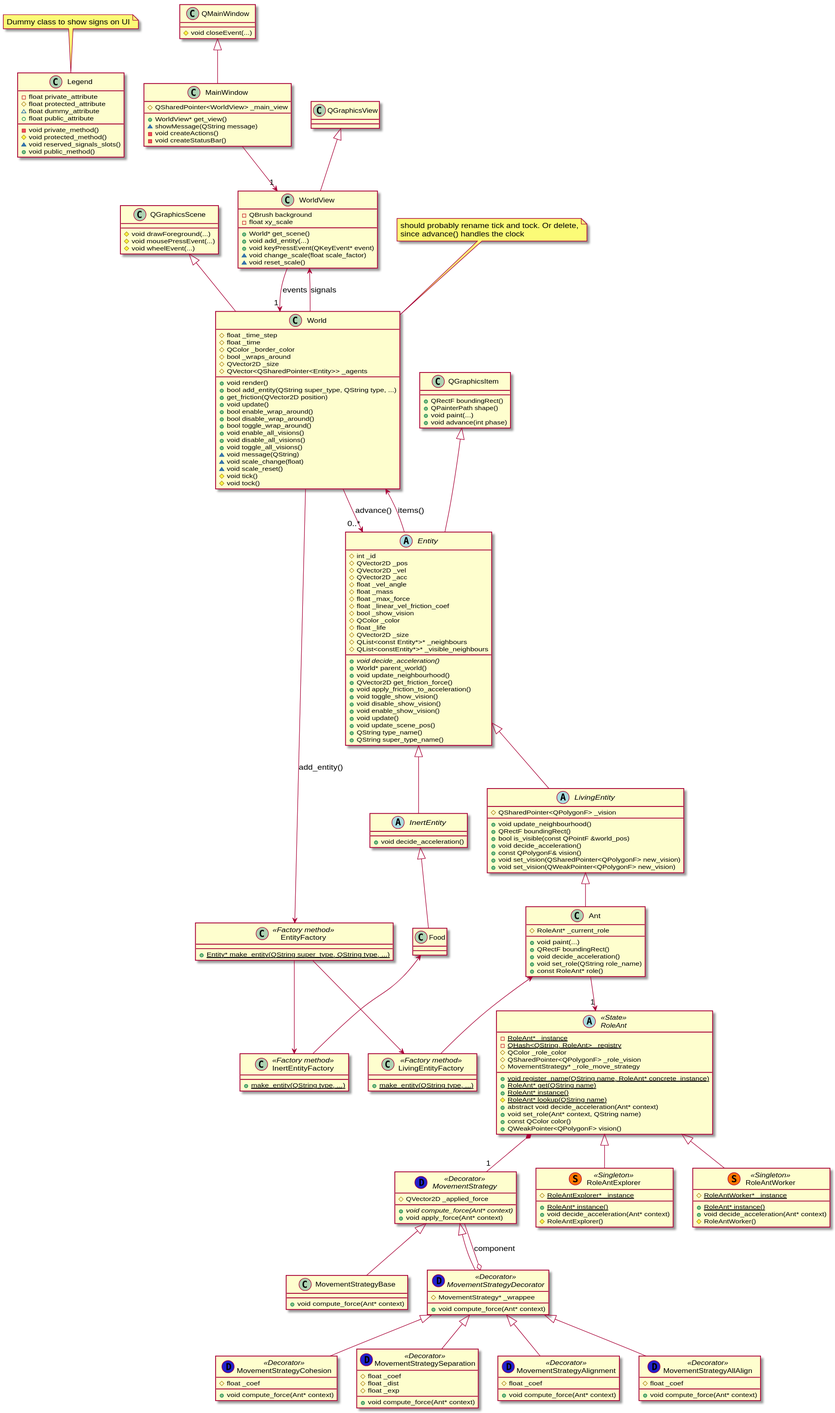
This is specs/class_diagram.svg from gagbo/emergence, a PlantUML export, as it was before one commit. Its source is kept beside it as specs/class_diagram.puml.
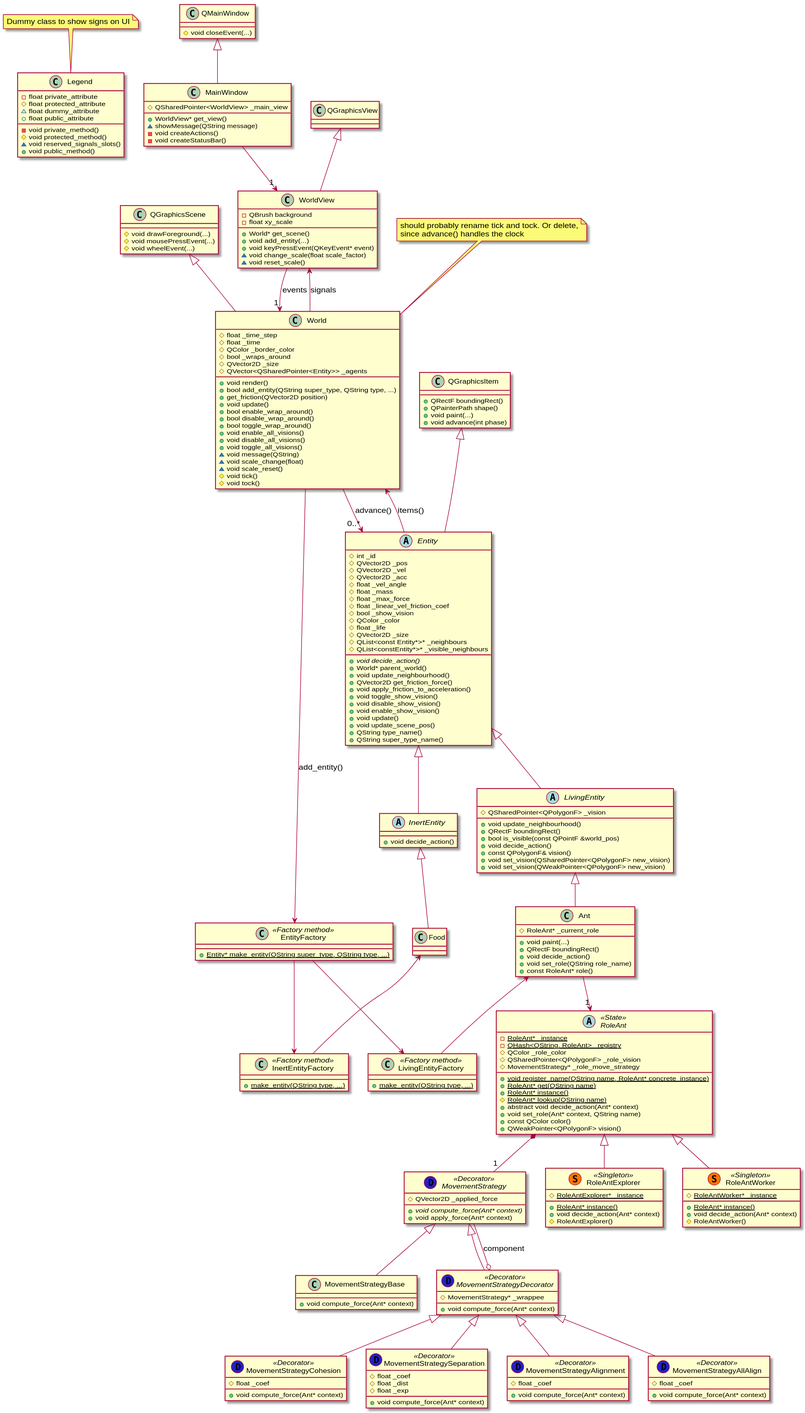
After the commit.

Commit message:
UML : match the renaming changes [ci skip]

Diff of the diagram source:
```diff
@@ -94,7 +94,7 @@
 #QList<const Entity*>* _neighbours
 #QList<constEntity*>* _visible_neighbours
 
-+{abstract} void decide_acceleration()
++{abstract} void decide_action()
 +World* parent_world()
 +void update_neighbourhood()
 +QVector2D get_friction_force()
@@ -115,14 +115,14 @@
 +void update_neighbourhood()
 +QRectF boundingRect()
 +bool is_visible(const QPointF &world_pos)
-+void decide_acceleration()
++void decide_action()
 +const QPolygonF& vision()
 +void set_vision(QSharedPointer<QPolygonF> new_vision)
 +void set_vision(QWeakPointer<QPolygonF> new_vision)
 }
 
 abstract class InertEntity {
-+void decide_acceleration()
++void decide_action()
 }
 
 class Ant {
@@ -130,7 +130,7 @@
 
     +void paint(...)
     +QRectF boundingRect()
-    +void decide_acceleration()
+    +void decide_action()
     +void set_role(QString role_name)
     +const RoleAnt* role()
 }
@@ -192,7 +192,7 @@
 #QSharedPointer<QPolygonF> _role_vision
 #MovementStrategy* _role_move_strategy
 
-+abstract void decide_acceleration(Ant* context)
++abstract void decide_action(Ant* context)
 +void set_role(Ant* context, QString name)
 +const QColor color()
 +QWeakPointer<QPolygonF> vision()
@@ -202,7 +202,7 @@
     #{static} RoleAntExplorer* _instance
 
     +{static} RoleAnt* instance()
-    +void decide_acceleration(Ant* context)
+    +void decide_action(Ant* context)
     #RoleAntExplorer()
 }
 
@@ -210,7 +210,7 @@
     #{static} RoleAntWorker* _instance
 
     +{static} RoleAnt* instance()
-    +void decide_acceleration(Ant* context)
+    +void decide_action(Ant* context)
     #RoleAntWorker()
 }
 
```
